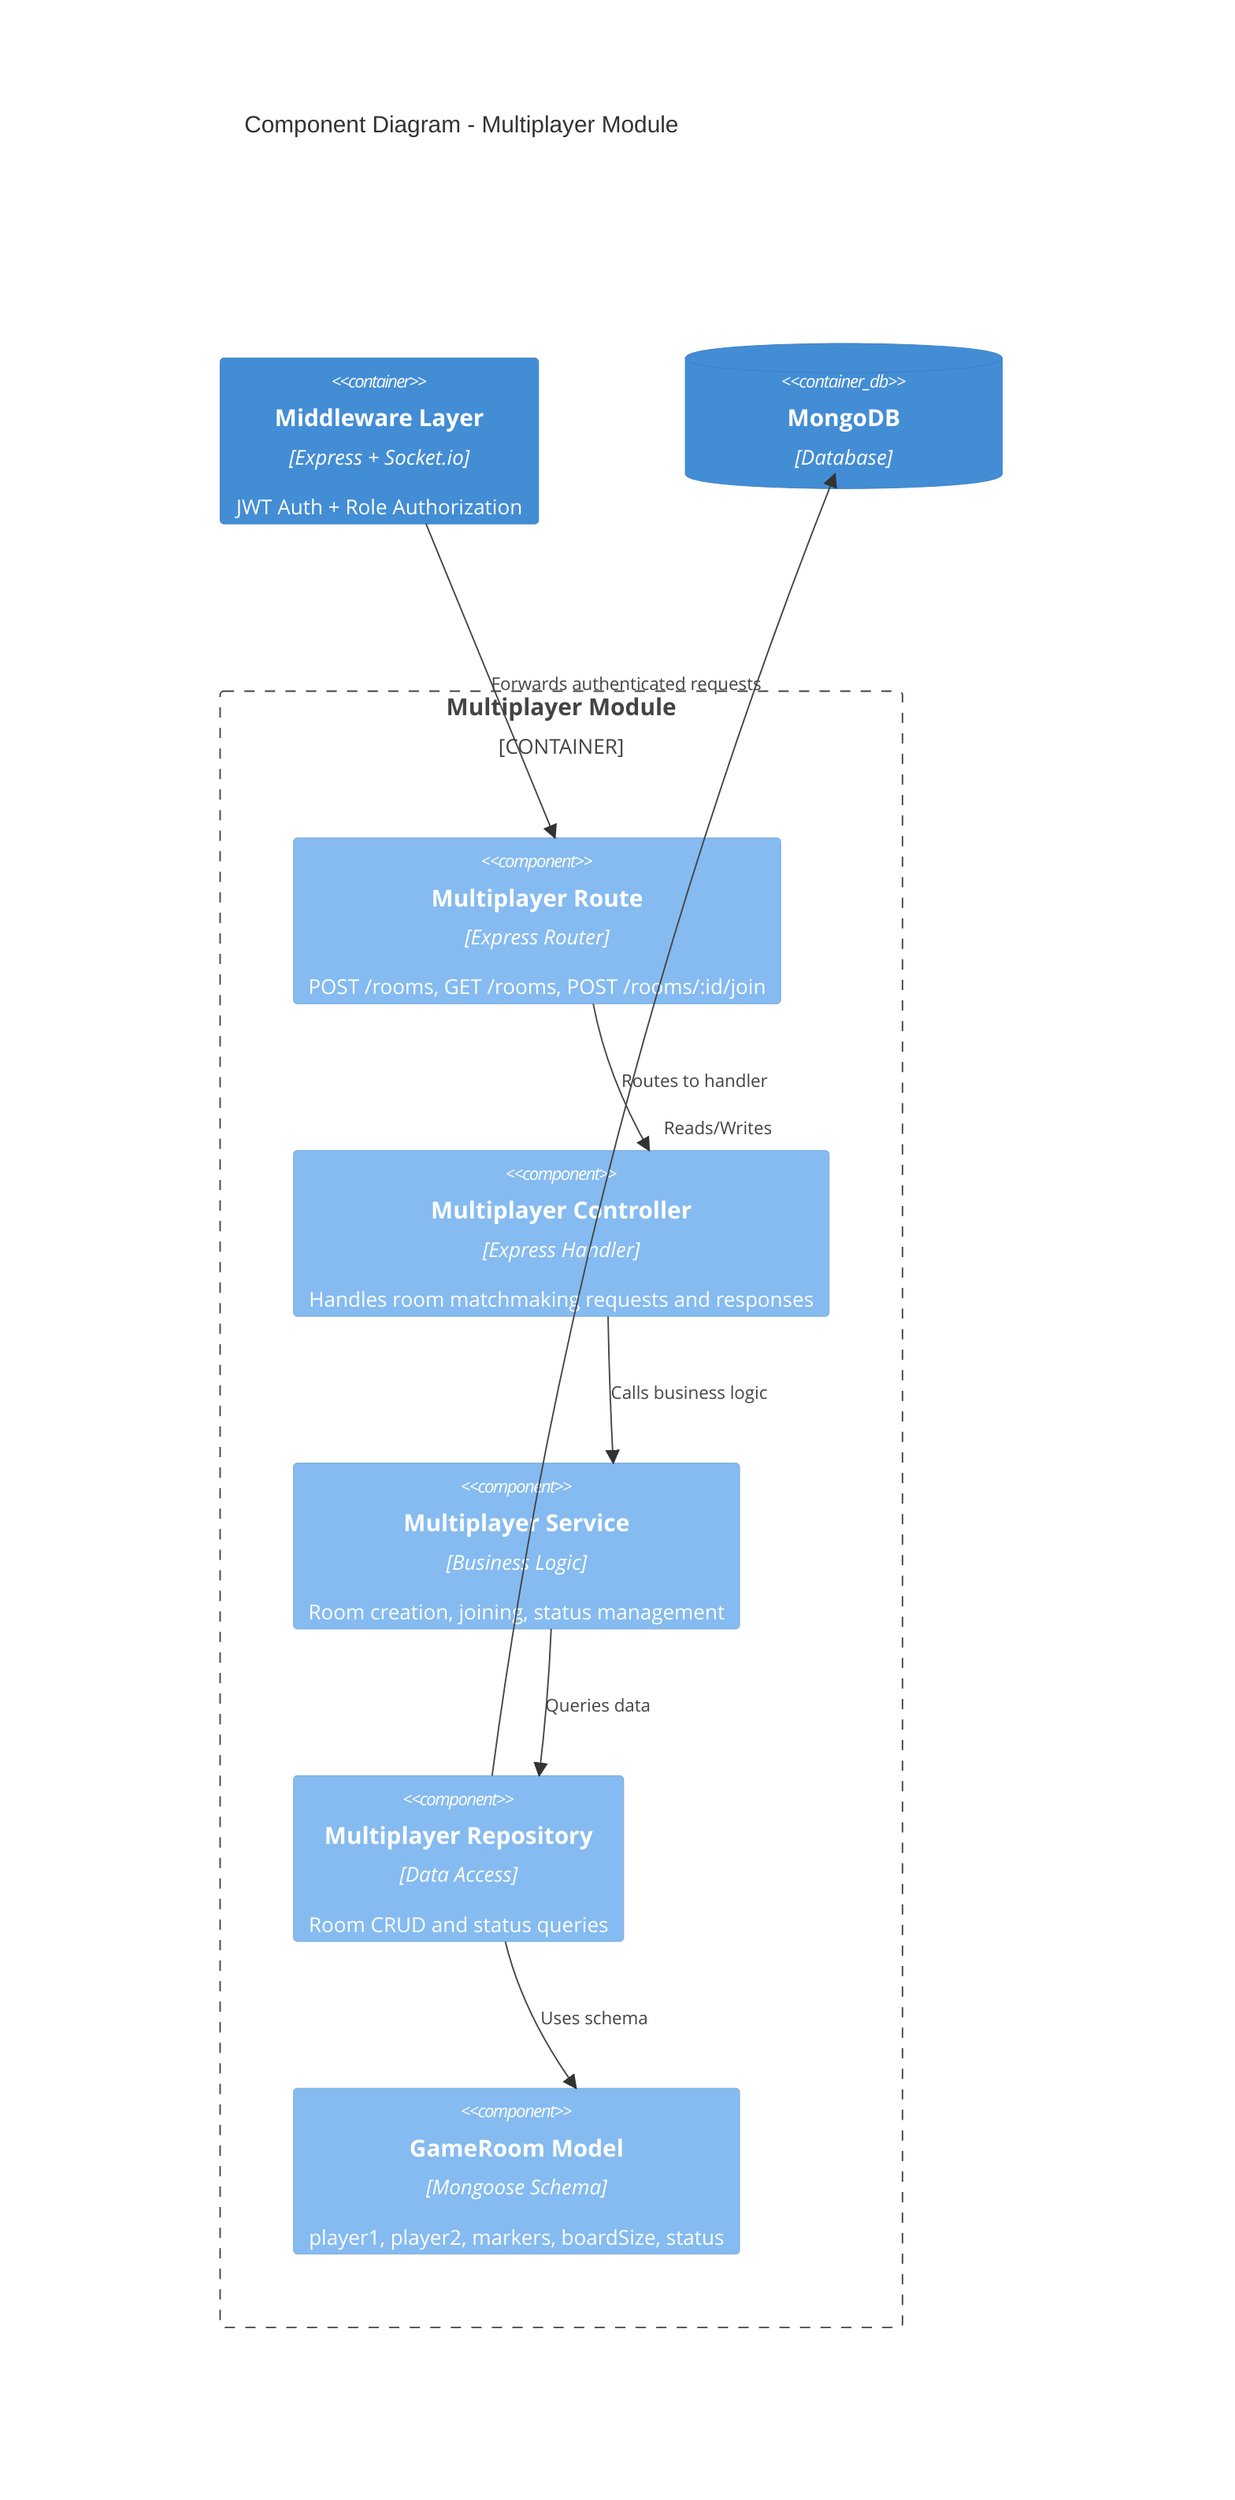
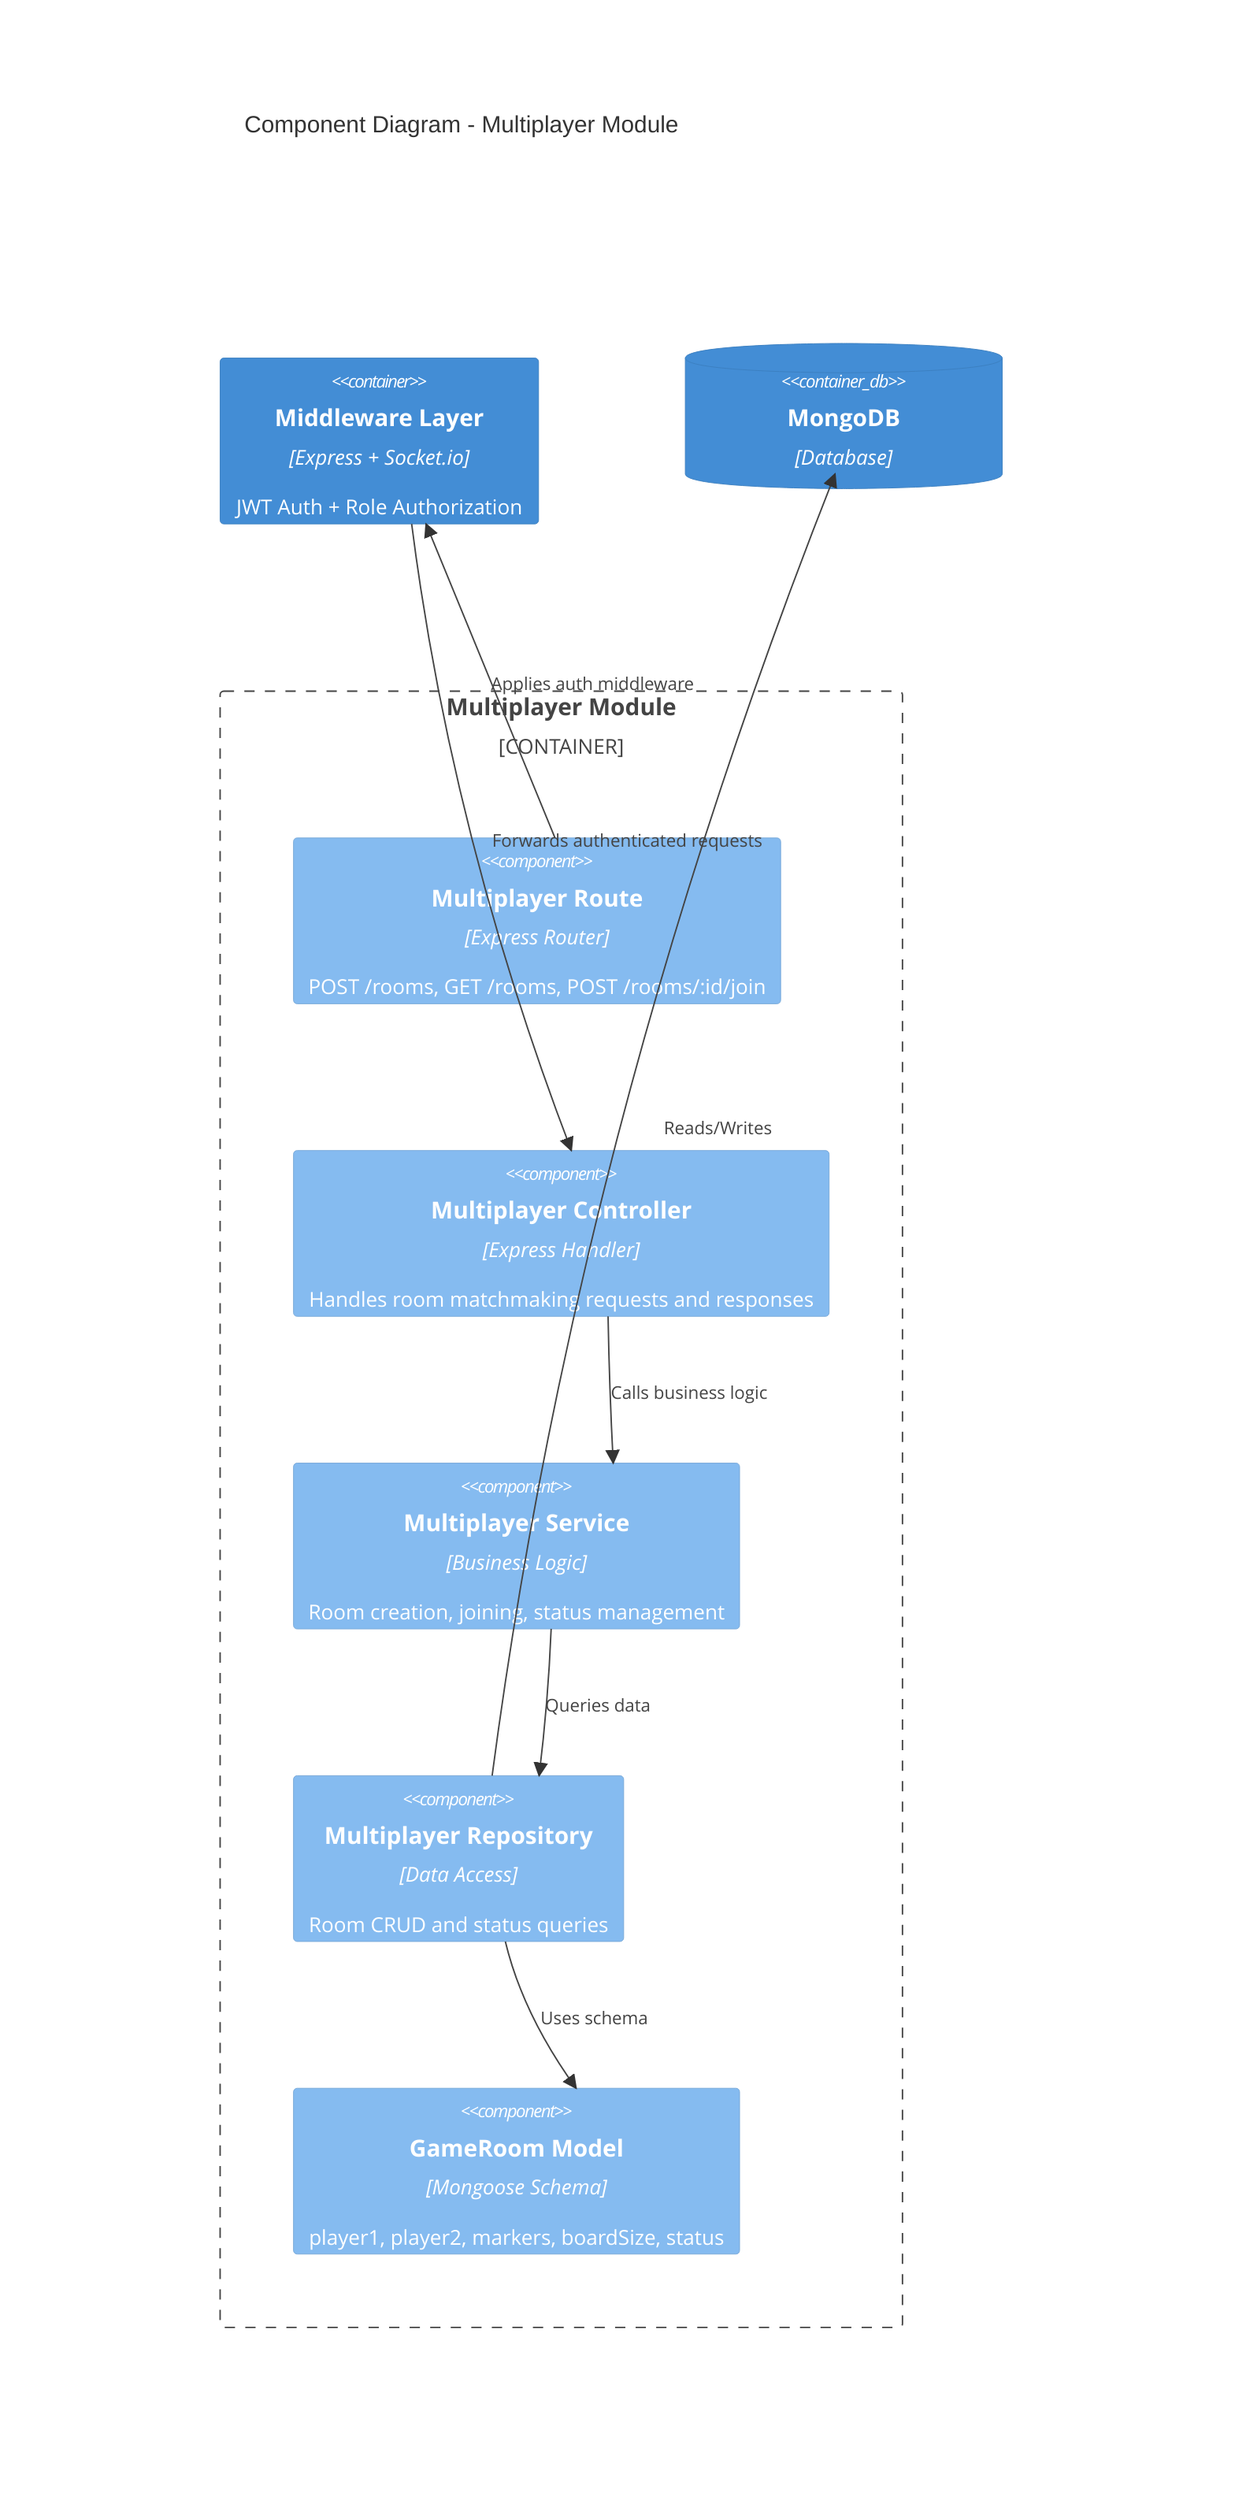
C4Component
    title Component Diagram - Multiplayer Module

    Container(mw, "Middleware Layer", "Express + Socket.io", "JWT Auth + Role Authorization")

    Container_Boundary(multiplayer, "Multiplayer Module") {
        Component(route, "Multiplayer Route", "Express Router", "POST /rooms, GET /rooms, POST /rooms/:id/join")
        Component(controller, "Multiplayer Controller", "Express Handler", "Handles room matchmaking requests and responses")
        Component(service, "Multiplayer Service", "Business Logic", "Room creation, joining, status management")
        Component(repository, "Multiplayer Repository", "Data Access", "Room CRUD and status queries")
        Component(model, "GameRoom Model", "Mongoose Schema", "player1, player2, markers, boardSize, status")
    }

    ContainerDb(db, "MongoDB", "Database")

-     Rel(mw, route, "Forwards authenticated requests")
-     Rel(route, controller, "Routes to handler")
+     Rel(route, mw, "Applies auth middleware")
+     Rel(mw, controller, "Forwards authenticated requests")
    Rel(controller, service, "Calls business logic")
    Rel(service, repository, "Queries data")
    Rel(repository, model, "Uses schema")
    Rel(repository, db, "Reads/Writes")
